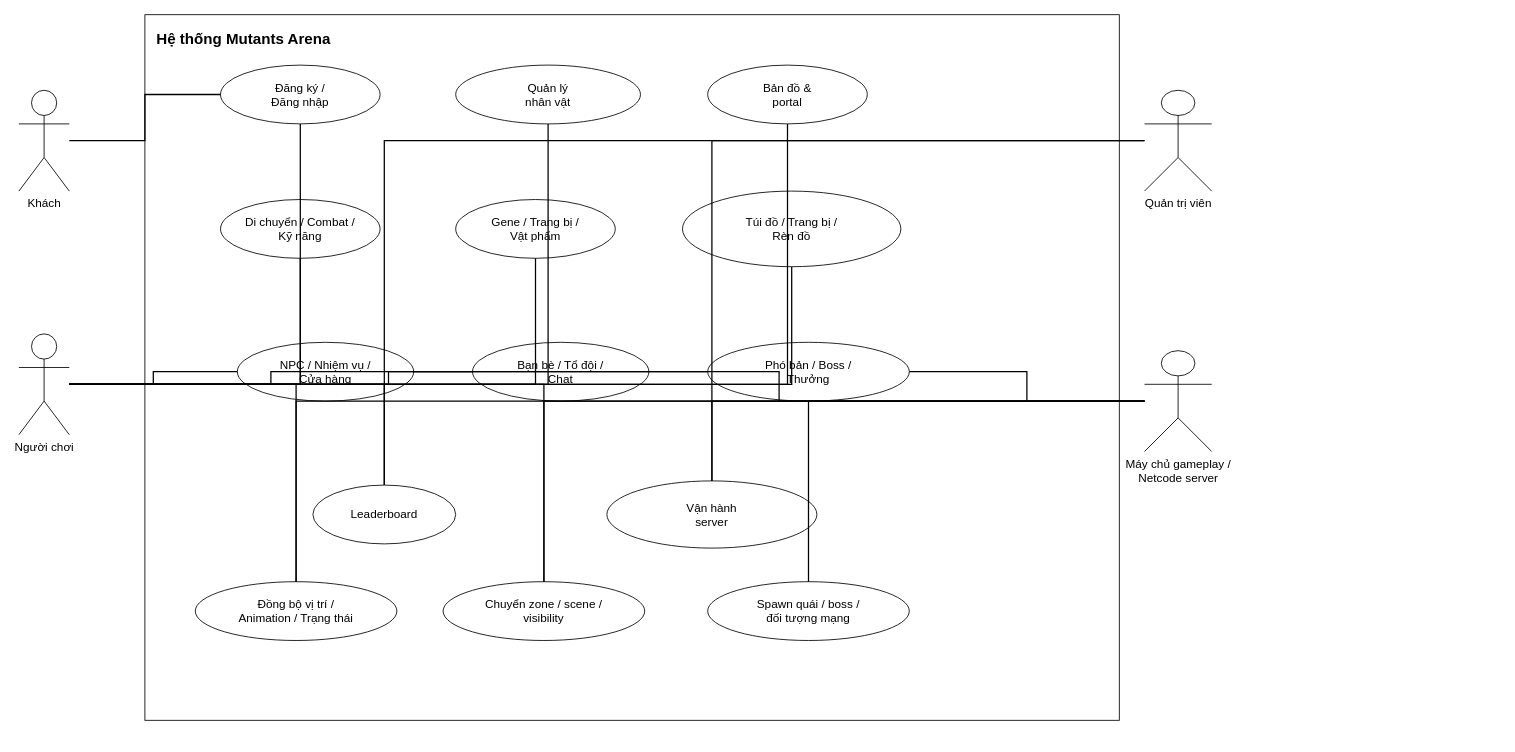
Above: docs/UseCase/mutants_arena_usecase_overview.drawio in tranvanthuy271/DoAn (draw.io), before the change. Source tidied: cells renumbered, new cells numbered last; positions are measured from the earlier drawing's top-left corner, leaving out a move shared by most shapes. Both pictures are drawn from the tidied source at 84%, with x=0, y=0 at pixel (18, 14).
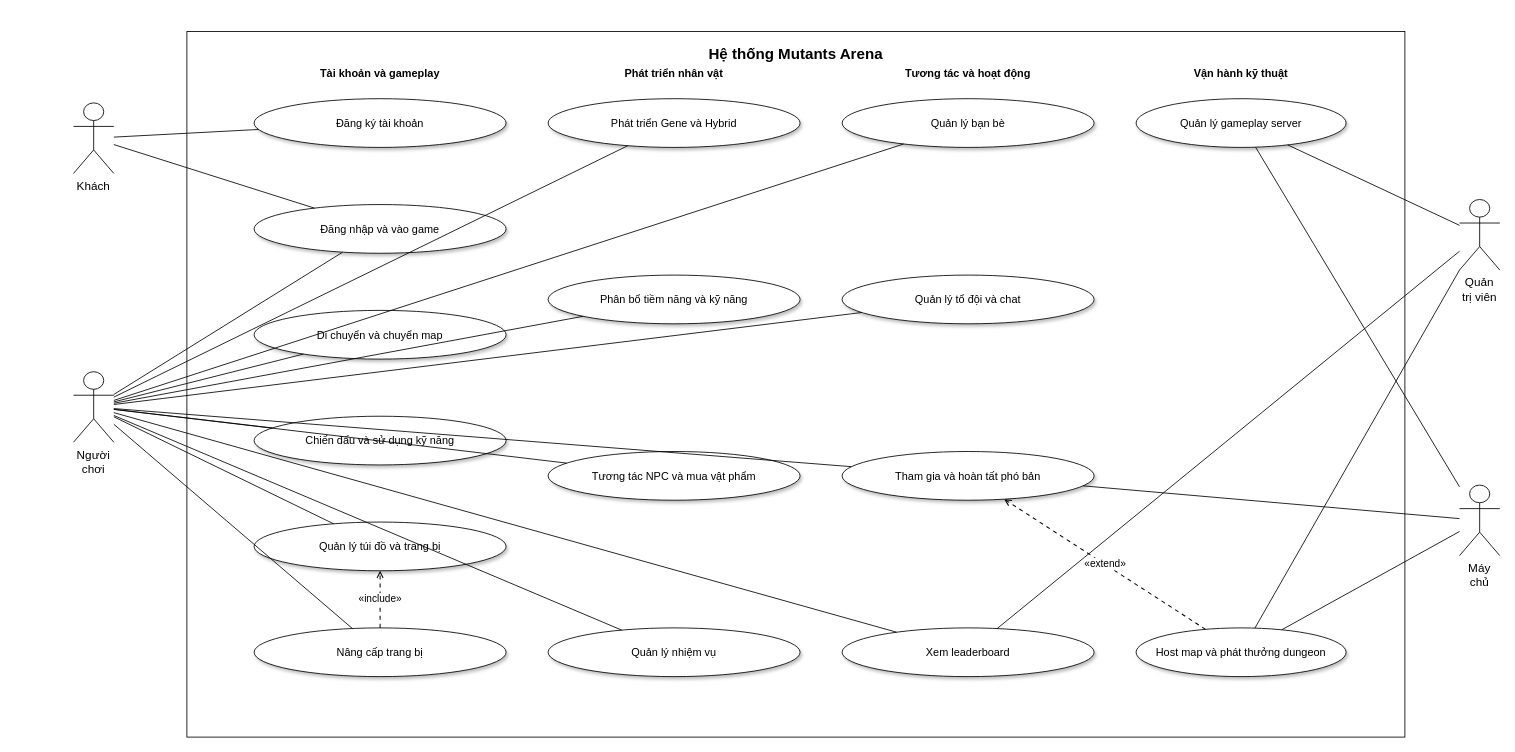
The same page after the edit.

What changed in the source:
```diff
@@
-    <mxCell id="2" value="Hệ thống Mutants Arena" style="rounded=0;whiteSpace=wrap;html=1;fontSize=18;fontStyle=1;align=left;verticalAlign=top;spacingTop=12;spacingLeft=12;" parent="1" vertex="1">
-      <mxGeometry x="150" width="1160" height="840" as="geometry" />
+    <mxCell id="2" value="Hệ thống Mutants Arena" style="rounded=0;whiteSpace=wrap;html=1;fontSize=18;fontStyle=1;align=center;verticalAlign=top;spacingTop=10;fillColor=none;strokeColor=#000000;" parent="1" vertex="1">
+      <mxGeometry x="200" y="20" width="1450" height="840" as="geometry" />
     </mxCell>
+    <mxCell id="42" value="Tài khoản và gameplay" style="text;whiteSpace=wrap;html=1;fontSize=13;fontStyle=1;align=center;verticalAlign=middle;" parent="1" vertex="1">
+      <mxGeometry x="280" y="58" width="300" height="24" as="geometry" />
+    </mxCell>
+    <mxCell id="43" value="Đăng ký tài khoản" style="ellipse;whiteSpace=wrap;html=1;fontSize=13;fillColor=#ffffff;strokeColor=#000000;shadow=1;" parent="1" vertex="1">
+      <mxGeometry x="280" y="100" width="300" height="58" as="geometry" />
+    </mxCell>
+    <mxCell id="44" value="Đăng nhập và vào game" style="ellipse;whiteSpace=wrap;html=1;fontSize=13;fillColor=#ffffff;strokeColor=#000000;shadow=1;" parent="1" vertex="1">
+      <mxGeometry x="280" y="226" width="300" height="58" as="geometry" />
+    </mxCell>
+    <mxCell id="45" value="Di chuyển và chuyển map" style="ellipse;whiteSpace=wrap;html=1;fontSize=13;fillColor=#ffffff;strokeColor=#000000;shadow=1;" parent="1" vertex="1">
+      <mxGeometry x="280" y="352" width="300" height="58" as="geometry" />
+    </mxCell>
+    <mxCell id="46" value="Chiến đấu và sử dụng kỹ năng" style="ellipse;whiteSpace=wrap;html=1;fontSize=13;fillColor=#ffffff;strokeColor=#000000;shadow=1;" parent="1" vertex="1">
+      <mxGeometry x="280" y="478" width="300" height="58" as="geometry" />
+    </mxCell>
+    <mxCell id="47" value="Quản lý túi đồ và trang bị" style="ellipse;whiteSpace=wrap;html=1;fontSize=13;fillColor=#ffffff;strokeColor=#000000;shadow=1;" parent="1" vertex="1">
+      <mxGeometry x="280" y="604" width="300" height="58" as="geometry" />
+    </mxCell>
+    <mxCell id="48" value="Nâng cấp trang bị" style="ellipse;whiteSpace=wrap;html=1;fontSize=13;fillColor=#ffffff;strokeColor=#000000;shadow=1;" parent="1" vertex="1">
+      <mxGeometry x="280" y="730" width="300" height="58" as="geometry" />
+    </mxCell>
+    <mxCell id="49" value="Phát triển nhân vật" style="text;whiteSpace=wrap;html=1;fontSize=13;fontStyle=1;align=center;verticalAlign=middle;" parent="1" vertex="1">
+      <mxGeometry x="630" y="58" width="300" height="24" as="geometry" />
+    </mxCell>
+    <mxCell id="50" value="Phát triển Gene và Hybrid" style="ellipse;whiteSpace=wrap;html=1;fontSize=13;fillColor=#ffffff;strokeColor=#000000;shadow=1;" parent="1" vertex="1">
+      <mxGeometry x="630" y="100" width="300" height="58" as="geometry" />
+    </mxCell>
+    <mxCell id="51" value="Phân bổ tiềm năng và kỹ năng" style="ellipse;whiteSpace=wrap;html=1;fontSize=13;fillColor=#ffffff;strokeColor=#000000;shadow=1;" parent="1" vertex="1">
+      <mxGeometry x="630" y="310" width="300" height="58" as="geometry" />
+    </mxCell>
+    <mxCell id="52" value="Tương tác NPC và mua vật phẩm" style="ellipse;whiteSpace=wrap;html=1;fontSize=13;fillColor=#ffffff;strokeColor=#000000;shadow=1;" parent="1" vertex="1">
+      <mxGeometry x="630" y="520" width="300" height="58" as="geometry" />
+    </mxCell>
+    <mxCell id="53" value="Quản lý nhiệm vụ" style="ellipse;whiteSpace=wrap;html=1;fontSize=13;fillColor=#ffffff;strokeColor=#000000;shadow=1;" parent="1" vertex="1">
+      <mxGeometry x="630" y="730" width="300" height="58" as="geometry" />
+    </mxCell>
+    <mxCell id="54" value="Tương tác và hoạt động" style="text;whiteSpace=wrap;html=1;fontSize=13;fontStyle=1;align=center;verticalAlign=middle;" parent="1" vertex="1">
+      <mxGeometry x="980" y="58" width="300" height="24" as="geometry" />
+    </mxCell>
+    <mxCell id="55" value="Quản lý bạn bè" style="ellipse;whiteSpace=wrap;html=1;fontSize=13;fillColor=#ffffff;strokeColor=#000000;shadow=1;" parent="1" vertex="1">
+      <mxGeometry x="980" y="100" width="300" height="58" as="geometry" />
+    </mxCell>
+    <mxCell id="56" value="Quản lý tổ đội và chat" style="ellipse;whiteSpace=wrap;html=1;fontSize=13;fillColor=#ffffff;strokeColor=#000000;shadow=1;" parent="1" vertex="1">
+      <mxGeometry x="980" y="310" width="300" height="58" as="geometry" />
+    </mxCell>
+    <mxCell id="57" value="Tham gia và hoàn tất phó bản" style="ellipse;whiteSpace=wrap;html=1;fontSize=13;fillColor=#ffffff;strokeColor=#000000;shadow=1;" parent="1" vertex="1">
+      <mxGeometry x="980" y="520" width="300" height="58" as="geometry" />
+    </mxCell>
+    <mxCell id="58" value="Xem leaderboard" style="ellipse;whiteSpace=wrap;html=1;fontSize=13;fillColor=#ffffff;strokeColor=#000000;shadow=1;" parent="1" vertex="1">
+      <mxGeometry x="980" y="730" width="300" height="58" as="geometry" />
+    </mxCell>
+    <mxCell id="59" value="Vận hành kỹ thuật" style="text;whiteSpace=wrap;html=1;fontSize=13;fontStyle=1;align=center;verticalAlign=middle;" parent="1" vertex="1">
+      <mxGeometry x="1330" y="58" width="250" height="24" as="geometry" />
+    </mxCell>
+    <mxCell id="60" value="Quản lý gameplay server" style="ellipse;whiteSpace=wrap;html=1;fontSize=13;fillColor=#ffffff;strokeColor=#000000;shadow=1;" parent="1" vertex="1">
+      <mxGeometry x="1330" y="100" width="250" height="58" as="geometry" />
+    </mxCell>
+    <mxCell id="61" value="Host map và phát thưởng dungeon" style="ellipse;whiteSpace=wrap;html=1;fontSize=13;fillColor=#ffffff;strokeColor=#000000;shadow=1;" parent="1" vertex="1">
+      <mxGeometry x="1330" y="730" width="250" height="58" as="geometry" />
+    </mxCell>
-    <mxCell id="3" value="Khách" style="shape=umlActor;verticalLabelPosition=bottom;verticalAlign=top;html=1;outlineConnect=0;fontSize=14;" parent="1" vertex="1">
-      <mxGeometry y="90" width="60" height="120" as="geometry" />
+    <mxCell id="3" value="Khách" style="shape=umlActor;whiteSpace=wrap;html=1;fillColor=#ffffff;strokeColor=#000000;verticalLabelPosition=bottom;verticalAlign=top;align=center;fontSize=14;outlineConnect=0;" parent="1" vertex="1">
+      <mxGeometry x="65" y="105" width="48" height="84" as="geometry" />
     </mxCell>
-    <mxCell id="4" value="Người chơi" style="shape=umlActor;verticalLabelPosition=bottom;verticalAlign=top;html=1;outlineConnect=0;fontSize=14;" parent="1" vertex="1">
-      <mxGeometry y="380" width="60" height="120" as="geometry" />
+    <mxCell id="4" value="Người chơi" style="shape=umlActor;whiteSpace=wrap;html=1;fillColor=#ffffff;strokeColor=#000000;verticalLabelPosition=bottom;verticalAlign=top;align=center;fontSize=14;outlineConnect=0;" parent="1" vertex="1">
+      <mxGeometry x="65" y="425" width="48" height="84" as="geometry" />
     </mxCell>
-    <mxCell id="5" value="Quản trị viên" style="shape=umlActor;verticalLabelPosition=bottom;verticalAlign=top;html=1;outlineConnect=0;fontSize=14;" parent="1" vertex="1">
-      <mxGeometry x="1340" y="90" width="80" height="120" as="geometry" />
+    <mxCell id="5" value="Quản trị viên" style="shape=umlActor;whiteSpace=wrap;html=1;fillColor=#ffffff;strokeColor=#000000;verticalLabelPosition=bottom;verticalAlign=top;align=center;fontSize=14;outlineConnect=0;" parent="1" vertex="1">
+      <mxGeometry x="1715" y="220" width="48" height="84" as="geometry" />
     </mxCell>
-    <mxCell id="6" value="Máy chủ gameplay /&lt;br&gt;Netcode server" style="shape=umlActor;verticalLabelPosition=bottom;verticalAlign=top;html=1;outlineConnect=0;fontSize=14;" parent="1" vertex="1">
-      <mxGeometry x="1340" y="400" width="80" height="120" as="geometry" />
+    <mxCell id="6" value="Máy chủ" style="shape=umlActor;whiteSpace=wrap;html=1;fillColor=#ffffff;strokeColor=#000000;verticalLabelPosition=bottom;verticalAlign=top;align=center;fontSize=14;outlineConnect=0;" parent="1" vertex="1">
+      <mxGeometry x="1715" y="560" width="48" height="84" as="geometry" />
     </mxCell>
-    <mxCell id="7" value="Đăng ký /&#10;Đăng nhập" style="ellipse;whiteSpace=wrap;html=1;fontSize=14;fillColor=#ffffff;strokeColor=#000000;" parent="1" vertex="1">
-      <mxGeometry x="240" y="60" width="190" height="70" as="geometry" />
-    </mxCell>
-    <mxCell id="8" value="Quản lý&#10;nhân vật" style="ellipse;whiteSpace=wrap;html=1;fontSize=14;fillColor=#ffffff;strokeColor=#000000;" parent="1" vertex="1">
-      <mxGeometry x="520" y="60" width="220" height="70" as="geometry" />
-    </mxCell>
-    <mxCell id="9" value="Bản đồ &amp;&#10;portal" style="ellipse;whiteSpace=wrap;html=1;fontSize=14;fillColor=#ffffff;strokeColor=#000000;" parent="1" vertex="1">
-      <mxGeometry x="820" y="60" width="190" height="70" as="geometry" />
-    </mxCell>
-    <mxCell id="10" value="Di chuyển / Combat /&#10;Kỹ năng" style="ellipse;whiteSpace=wrap;html=1;fontSize=14;fillColor=#ffffff;strokeColor=#000000;" parent="1" vertex="1">
-      <mxGeometry x="240" y="220" width="190" height="70" as="geometry" />
-    </mxCell>
-    <mxCell id="11" value="Gene / Trang bị /&#10;Vật phẩm" style="ellipse;whiteSpace=wrap;html=1;fontSize=14;fillColor=#ffffff;strokeColor=#000000;" parent="1" vertex="1">
-      <mxGeometry x="520" y="220" width="190" height="70" as="geometry" />
-    </mxCell>
-    <mxCell id="12" value="Túi đồ / Trang bị /&#10;Rèn đồ" style="ellipse;whiteSpace=wrap;html=1;fontSize=14;fillColor=#ffffff;strokeColor=#000000;" parent="1" vertex="1">
-      <mxGeometry x="790" y="210" width="260" height="90" as="geometry" />
-    </mxCell>
-    <mxCell id="13" value="NPC / Nhiệm vụ /&#10;Cửa hàng" style="ellipse;whiteSpace=wrap;html=1;fontSize=14;fillColor=#ffffff;strokeColor=#000000;" parent="1" vertex="1">
-      <mxGeometry x="260" y="390" width="210" height="70" as="geometry" />
-    </mxCell>
-    <mxCell id="14" value="Bạn bè / Tổ đội /&#10;Chat" style="ellipse;whiteSpace=wrap;html=1;fontSize=14;fillColor=#ffffff;strokeColor=#000000;" parent="1" vertex="1">
-      <mxGeometry x="540" y="390" width="210" height="70" as="geometry" />
-    </mxCell>
-    <mxCell id="15" value="Phó bản / Boss /&#10;Thưởng" style="ellipse;whiteSpace=wrap;html=1;fontSize=14;fillColor=#ffffff;strokeColor=#000000;" parent="1" vertex="1">
-      <mxGeometry x="820" y="390" width="240" height="70" as="geometry" />
-    </mxCell>
-    <mxCell id="16" value="Leaderboard" style="ellipse;whiteSpace=wrap;html=1;fontSize=14;fillColor=#ffffff;strokeColor=#000000;" parent="1" vertex="1">
-      <mxGeometry x="350" y="560" width="170" height="70" as="geometry" />
-    </mxCell>
-    <mxCell id="17" value="Vận hành&#10;server" style="ellipse;whiteSpace=wrap;html=1;fontSize=14;fillColor=#ffffff;strokeColor=#000000;" parent="1" vertex="1">
-      <mxGeometry x="700" y="555" width="250" height="80" as="geometry" />
-    </mxCell>
-    <mxCell id="18" value="Đồng bộ vị trí /&#10;Animation / Trạng thái" style="ellipse;whiteSpace=wrap;html=1;fontSize=14;fillColor=#ffffff;strokeColor=#000000;" parent="1" vertex="1">
-      <mxGeometry x="210" y="675" width="240" height="70" as="geometry" />
-    </mxCell>
-    <mxCell id="19" value="Chuyển zone / scene /&#10;visibility" style="ellipse;whiteSpace=wrap;html=1;fontSize=14;fillColor=#ffffff;strokeColor=#000000;" parent="1" vertex="1">
-      <mxGeometry x="505" y="675" width="240" height="70" as="geometry" />
-    </mxCell>
-    <mxCell id="20" value="Spawn quái / boss /&#10;đối tượng mạng" style="ellipse;whiteSpace=wrap;html=1;fontSize=14;fillColor=#ffffff;strokeColor=#000000;" parent="1" vertex="1">
-      <mxGeometry x="820" y="675" width="240" height="70" as="geometry" />
-    </mxCell>
-    <mxCell id="21" style="edgeStyle=orthogonalEdgeStyle;rounded=0;jettySize=auto;html=1;endArrow=none;strokeWidth=1.5;" parent="1" edge="1" source="3" target="7">
-      <mxGeometry relative="1" as="geometry" />
-    </mxCell>
-    <mxCell id="22" style="edgeStyle=orthogonalEdgeStyle;rounded=0;jettySize=auto;html=1;endArrow=none;strokeWidth=1.5;" parent="1" edge="1" source="4" target="7">
-      <mxGeometry relative="1" as="geometry" />
-    </mxCell>
-    <mxCell id="23" style="edgeStyle=orthogonalEdgeStyle;rounded=0;jettySize=auto;html=1;endArrow=none;strokeWidth=1.5;" parent="1" edge="1" source="4" target="8">
-      <mxGeometry relative="1" as="geometry" />
-    </mxCell>
-    <mxCell id="24" style="edgeStyle=orthogonalEdgeStyle;rounded=0;jettySize=auto;html=1;endArrow=none;strokeWidth=1.5;" parent="1" edge="1" source="4" target="9">
-      <mxGeometry relative="1" as="geometry" />
-    </mxCell>
-    <mxCell id="25" style="edgeStyle=orthogonalEdgeStyle;rounded=0;jettySize=auto;html=1;endArrow=none;strokeWidth=1.5;" parent="1" edge="1" source="4" target="10">
-      <mxGeometry relative="1" as="geometry" />
-    </mxCell>
-    <mxCell id="26" style="edgeStyle=orthogonalEdgeStyle;rounded=0;jettySize=auto;html=1;endArrow=none;strokeWidth=1.5;" parent="1" edge="1" source="4" target="11">
-      <mxGeometry relative="1" as="geometry" />
-    </mxCell>
-    <mxCell id="27" style="edgeStyle=orthogonalEdgeStyle;rounded=0;jettySize=auto;html=1;endArrow=none;strokeWidth=1.5;" parent="1" edge="1" source="4" target="12">
-      <mxGeometry relative="1" as="geometry" />
-    </mxCell>
-    <mxCell id="28" style="edgeStyle=orthogonalEdgeStyle;rounded=0;jettySize=auto;html=1;endArrow=none;strokeWidth=1.5;" parent="1" edge="1" source="4" target="13">
-      <mxGeometry relative="1" as="geometry" />
-    </mxCell>
-    <mxCell id="29" style="edgeStyle=orthogonalEdgeStyle;rounded=0;jettySize=auto;html=1;endArrow=none;strokeWidth=1.5;" parent="1" edge="1" source="4" target="14">
-      <mxGeometry relative="1" as="geometry" />
-    </mxCell>
-    <mxCell id="30" style="edgeStyle=orthogonalEdgeStyle;rounded=0;jettySize=auto;html=1;endArrow=none;strokeWidth=1.5;" parent="1" edge="1" source="4" target="15">
-      <mxGeometry relative="1" as="geometry" />
-    </mxCell>
-    <mxCell id="31" style="edgeStyle=orthogonalEdgeStyle;rounded=0;jettySize=auto;html=1;endArrow=none;strokeWidth=1.5;" parent="1" edge="1" source="4" target="16">
-      <mxGeometry relative="1" as="geometry" />
-    </mxCell>
-    <mxCell id="32" style="edgeStyle=orthogonalEdgeStyle;rounded=0;jettySize=auto;html=1;endArrow=none;strokeWidth=1.5;" parent="1" edge="1" source="5" target="16">
-      <mxGeometry relative="1" as="geometry" />
-    </mxCell>
-    <mxCell id="33" style="edgeStyle=orthogonalEdgeStyle;rounded=0;jettySize=auto;html=1;endArrow=none;strokeWidth=1.5;" parent="1" edge="1" source="5" target="17">
-      <mxGeometry relative="1" as="geometry" />
-    </mxCell>
-    <mxCell id="34" style="edgeStyle=orthogonalEdgeStyle;rounded=0;jettySize=auto;html=1;endArrow=none;strokeWidth=1.5;" parent="1" edge="1" source="6" target="17">
-      <mxGeometry relative="1" as="geometry" />
-    </mxCell>
-    <mxCell id="35" style="edgeStyle=orthogonalEdgeStyle;rounded=0;jettySize=auto;html=1;endArrow=none;strokeWidth=1.5;" parent="1" edge="1" source="6" target="13">
-      <mxGeometry relative="1" as="geometry" />
-    </mxCell>
-    <mxCell id="36" style="edgeStyle=orthogonalEdgeStyle;rounded=0;jettySize=auto;html=1;endArrow=none;strokeWidth=1.5;" parent="1" edge="1" source="6" target="15">
-      <mxGeometry relative="1" as="geometry" />
-    </mxCell>
-    <mxCell id="37" style="edgeStyle=orthogonalEdgeStyle;rounded=0;jettySize=auto;html=1;endArrow=none;strokeWidth=1.5;" parent="1" edge="1" source="4" target="18">
-      <mxGeometry relative="1" as="geometry" />
-    </mxCell>
-    <mxCell id="38" style="edgeStyle=orthogonalEdgeStyle;rounded=0;jettySize=auto;html=1;endArrow=none;strokeWidth=1.5;" parent="1" edge="1" source="4" target="19">
-      <mxGeometry relative="1" as="geometry" />
-    </mxCell>
-    <mxCell id="39" style="edgeStyle=orthogonalEdgeStyle;rounded=0;jettySize=auto;html=1;endArrow=none;strokeWidth=1.5;" parent="1" edge="1" source="6" target="18">
-      <mxGeometry relative="1" as="geometry" />
-    </mxCell>
-    <mxCell id="40" style="edgeStyle=orthogonalEdgeStyle;rounded=0;jettySize=auto;html=1;endArrow=none;strokeWidth=1.5;" parent="1" edge="1" source="6" target="19">
-      <mxGeometry relative="1" as="geometry" />
-    </mxCell>
-    <mxCell id="41" style="edgeStyle=orthogonalEdgeStyle;rounded=0;jettySize=auto;html=1;endArrow=none;strokeWidth=1.5;" parent="1" edge="1" source="6" target="20">
-      <mxGeometry relative="1" as="geometry" />
-    </mxCell>
+    <mxCell id="62" style="endArrow=none;html=1;strokeWidth=1;" parent="1" edge="1" source="3" target="43">
+      <mxGeometry relative="1" as="geometry" />
+    </mxCell>
+    <mxCell id="63" style="endArrow=none;html=1;strokeWidth=1;" parent="1" edge="1" source="3" target="44">
+      <mxGeometry relative="1" as="geometry" />
+    </mxCell>
+    <mxCell id="64" style="endArrow=none;html=1;strokeWidth=1;" parent="1" edge="1" source="4" target="44">
+      <mxGeometry relative="1" as="geometry" />
+    </mxCell>
+    <mxCell id="65" style="endArrow=none;html=1;strokeWidth=1;" parent="1" edge="1" source="4" target="45">
+      <mxGeometry relative="1" as="geometry" />
+    </mxCell>
+    <mxCell id="66" style="endArrow=none;html=1;strokeWidth=1;" parent="1" edge="1" source="4" target="46">
+      <mxGeometry relative="1" as="geometry" />
+    </mxCell>
+    <mxCell id="67" style="endArrow=none;html=1;strokeWidth=1;" parent="1" edge="1" source="4" target="47">
+      <mxGeometry relative="1" as="geometry" />
+    </mxCell>
+    <mxCell id="68" style="endArrow=none;html=1;strokeWidth=1;" parent="1" edge="1" source="4" target="48">
+      <mxGeometry relative="1" as="geometry" />
+    </mxCell>
+    <mxCell id="69" style="endArrow=none;html=1;strokeWidth=1;" parent="1" edge="1" source="4" target="50">
+      <mxGeometry relative="1" as="geometry" />
+    </mxCell>
+    <mxCell id="70" style="endArrow=none;html=1;strokeWidth=1;" parent="1" edge="1" source="4" target="51">
+      <mxGeometry relative="1" as="geometry" />
+    </mxCell>
+    <mxCell id="71" style="endArrow=none;html=1;strokeWidth=1;" parent="1" edge="1" source="4" target="52">
+      <mxGeometry relative="1" as="geometry" />
+    </mxCell>
+    <mxCell id="72" style="endArrow=none;html=1;strokeWidth=1;" parent="1" edge="1" source="4" target="53">
+      <mxGeometry relative="1" as="geometry" />
+    </mxCell>
+    <mxCell id="73" style="endArrow=none;html=1;strokeWidth=1;" parent="1" edge="1" source="4" target="55">
+      <mxGeometry relative="1" as="geometry" />
+    </mxCell>
+    <mxCell id="74" style="endArrow=none;html=1;strokeWidth=1;" parent="1" edge="1" source="4" target="56">
+      <mxGeometry relative="1" as="geometry" />
+    </mxCell>
+    <mxCell id="75" style="endArrow=none;html=1;strokeWidth=1;" parent="1" edge="1" source="4" target="57">
+      <mxGeometry relative="1" as="geometry" />
+    </mxCell>
+    <mxCell id="76" style="endArrow=none;html=1;strokeWidth=1;" parent="1" edge="1" source="6" target="57">
+      <mxGeometry relative="1" as="geometry" />
+    </mxCell>
+    <mxCell id="77" style="endArrow=none;html=1;strokeWidth=1;" parent="1" edge="1" source="4" target="58">
+      <mxGeometry relative="1" as="geometry" />
+    </mxCell>
+    <mxCell id="78" style="endArrow=none;html=1;strokeWidth=1;" parent="1" edge="1" source="5" target="58">
+      <mxGeometry relative="1" as="geometry" />
+    </mxCell>
+    <mxCell id="79" style="endArrow=none;html=1;strokeWidth=1;" parent="1" edge="1" source="5" target="60">
+      <mxGeometry relative="1" as="geometry" />
+    </mxCell>
+    <mxCell id="80" style="endArrow=none;html=1;strokeWidth=1;" parent="1" edge="1" source="6" target="60">
+      <mxGeometry relative="1" as="geometry" />
+    </mxCell>
+    <mxCell id="81" style="endArrow=none;html=1;strokeWidth=1;" parent="1" edge="1" source="5" target="61">
+      <mxGeometry relative="1" as="geometry" />
+    </mxCell>
+    <mxCell id="82" style="endArrow=none;html=1;strokeWidth=1;" parent="1" edge="1" source="6" target="61">
+      <mxGeometry relative="1" as="geometry" />
+    </mxCell>
+    <mxCell id="83" value="«include»" style="dashed=1;dashPattern=4 4;strokeWidth=1.2;endArrow=open;endFill=0;html=1;fontSize=12;labelBackgroundColor=#ffffff;align=center;verticalAlign=middle;" parent="1" edge="1" source="48" target="47">
+      <mxGeometry relative="1" as="geometry" />
+    </mxCell>
+    <mxCell id="84" value="«extend»" style="dashed=1;dashPattern=4 4;strokeWidth=1.2;endArrow=open;endFill=0;html=1;fontSize=12;labelBackgroundColor=#ffffff;align=center;verticalAlign=middle;" parent="1" edge="1" source="61" target="57">
+      <mxGeometry relative="1" as="geometry" />
+    </mxCell>
```
